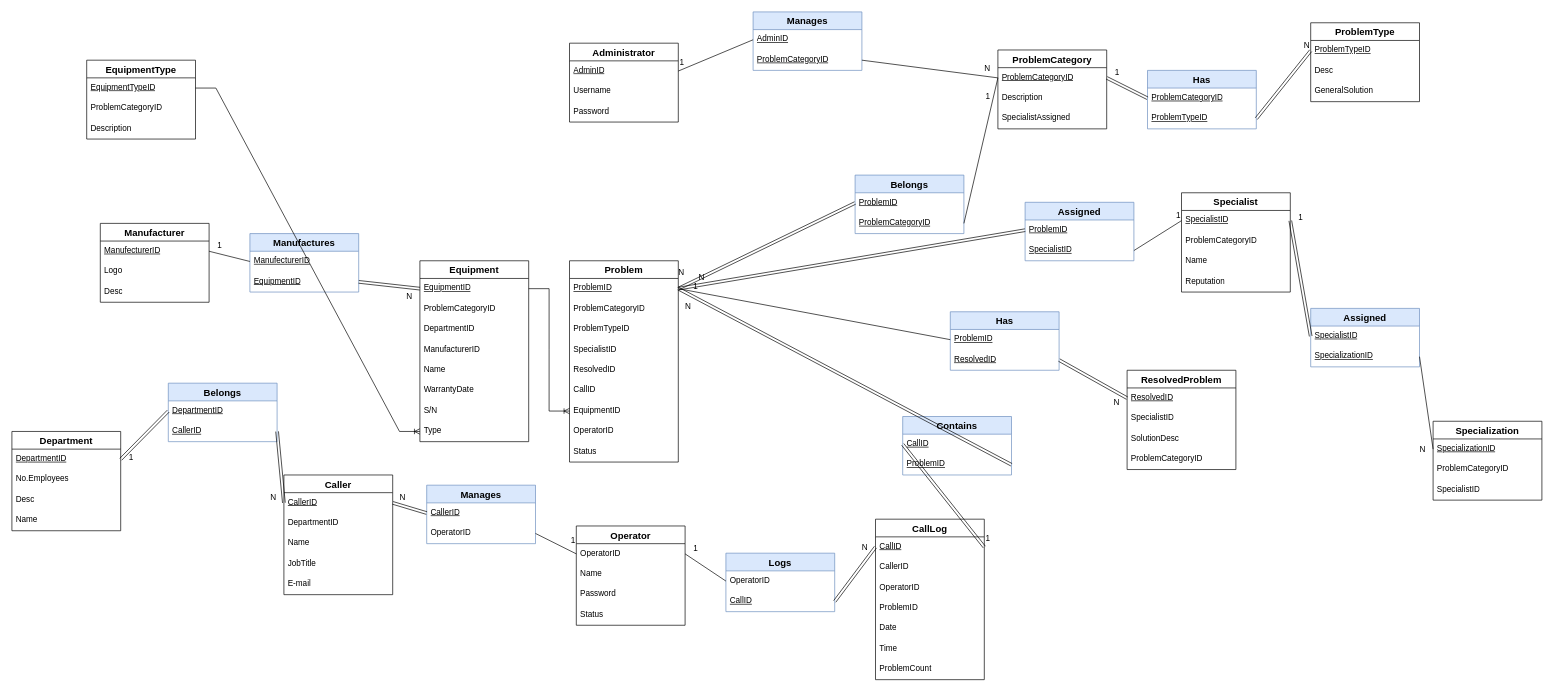
Before: DiagramaEquipamento.drawio in VascoMatos/diagramas, a draw.io diagram. Source tidied: cells renumbered, new cells numbered last; positions are measured from the earlier drawing's top-left corner, leaving out a move shared by most shapes. Both pictures are drawn from the tidied source at 68%, with x=0, y=0 at pixel (12, 12).
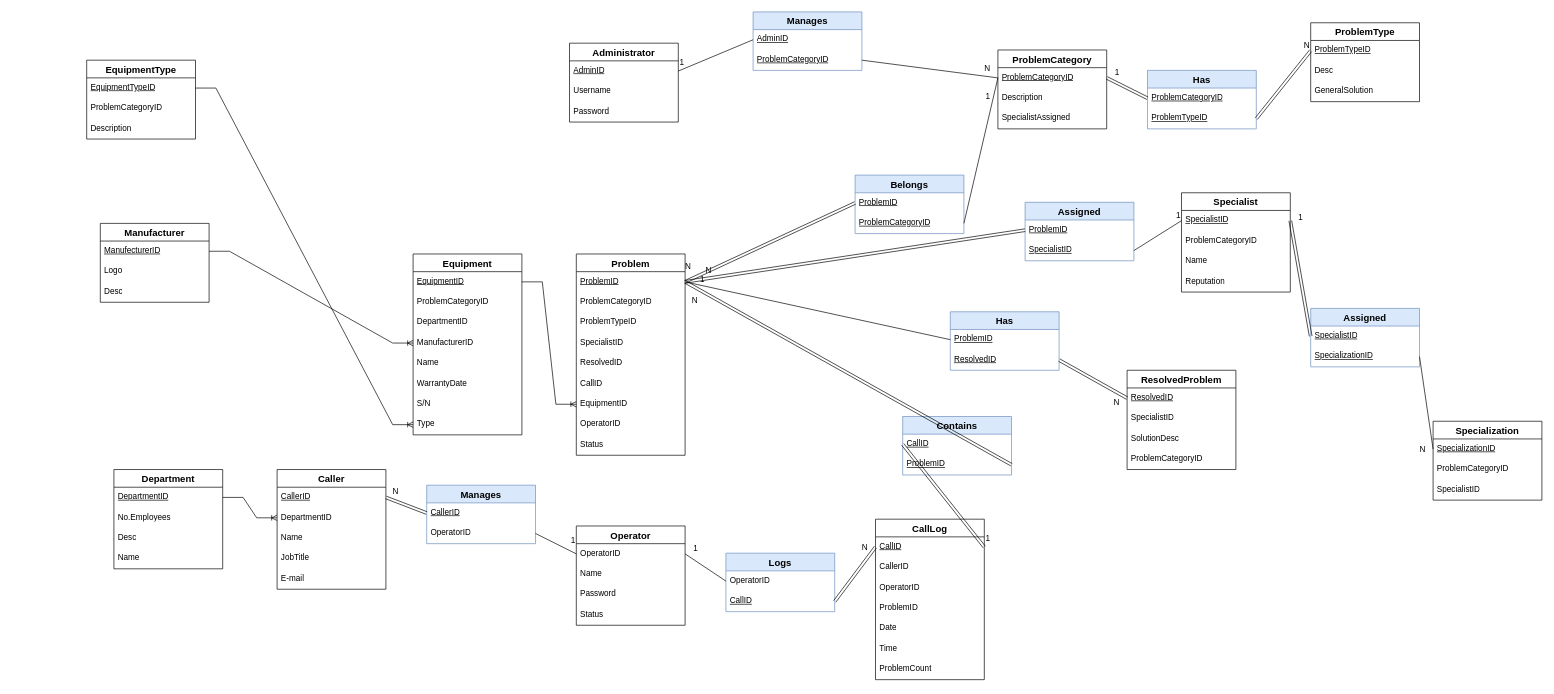
The same diagram, later.

The change refers to these unchanged cells:
```xml
<mxCell id="7" value="&lt;u&gt;ManufecturerID&lt;/u&gt;" style="text;strokeColor=none;fillColor=none;spacingLeft=4;spacingRight=4;overflow=hidden;points=[[0,0.5],[1,0.5]];portConstraint=eastwest;fontSize=12;whiteSpace=wrap;html=1;" parent="6" vertex="1">
  <mxGeometry y="26" width="160" height="30" as="geometry" />
</mxCell>
<mxCell id="15" value="&lt;u&gt;DepartmentID&lt;/u&gt;" style="text;strokeColor=none;fillColor=none;spacingLeft=4;spacingRight=4;overflow=hidden;points=[[0,0.5],[1,0.5]];portConstraint=eastwest;fontSize=12;whiteSpace=wrap;html=1;" parent="14" vertex="1">
  <mxGeometry y="26" width="160" height="30" as="geometry" />
</mxCell>
<mxCell id="20" value="&lt;u&gt;CallerID&lt;/u&gt;" style="text;strokeColor=none;fillColor=none;spacingLeft=4;spacingRight=4;overflow=hidden;points=[[0,0.5],[1,0.5]];portConstraint=eastwest;fontSize=12;whiteSpace=wrap;html=1;" parent="19" vertex="1">
  <mxGeometry y="26" width="160" height="30" as="geometry" />
</mxCell>
<mxCell id="21" value="DepartmentID" style="text;strokeColor=none;fillColor=none;spacingLeft=4;spacingRight=4;overflow=hidden;points=[[0,0.5],[1,0.5]];portConstraint=eastwest;fontSize=12;whiteSpace=wrap;html=1;" parent="19" vertex="1">
  <mxGeometry y="56" width="160" height="30" as="geometry" />
</mxCell>
<mxCell id="39" value="&lt;u&gt;EquipmentID&lt;/u&gt;" style="text;strokeColor=none;fillColor=none;spacingLeft=4;spacingRight=4;overflow=hidden;points=[[0,0.5],[1,0.5]];portConstraint=eastwest;fontSize=12;whiteSpace=wrap;html=1;" parent="38" vertex="1">
  <mxGeometry y="26" width="160" height="30" as="geometry" />
</mxCell>
<mxCell id="42" value="ManufacturerID" style="text;strokeColor=none;fillColor=none;spacingLeft=4;spacingRight=4;overflow=hidden;points=[[0,0.5],[1,0.5]];portConstraint=eastwest;fontSize=12;whiteSpace=wrap;html=1;" parent="38" vertex="1">
  <mxGeometry y="116" width="160" height="30" as="geometry" />
</mxCell>
```

Diff of the diagram source:
```diff
@@
     <mxCell id="14" value="Department" style="swimlane;fontStyle=1;horizontal=1;startSize=26;align=center;fontSize=14;" parent="1" vertex="1">
-      <mxGeometry y="617" width="160" height="146" as="geometry" />
+      <mxGeometry x="150" y="673" width="160" height="146" as="geometry" />
     </mxCell>
@@
     <mxCell id="19" value="Caller" style="swimlane;fontStyle=1;horizontal=1;startSize=26;align=center;fontSize=14;" parent="1" vertex="1">
-      <mxGeometry x="400" y="681" width="160" height="176" as="geometry" />
+      <mxGeometry x="390" y="673" width="160" height="176" as="geometry" />
     </mxCell>
@@
     <mxCell id="38" value="Equipment" style="swimlane;fontStyle=1;horizontal=1;startSize=26;align=center;fontSize=14;" parent="1" vertex="1">
-      <mxGeometry x="600" y="366" width="160" height="266" as="geometry" />
+      <mxGeometry x="590" y="356" width="160" height="266" as="geometry" />
     </mxCell>
@@
     <mxCell id="69" value="Problem" style="swimlane;fontStyle=1;horizontal=1;startSize=26;align=center;fontSize=14;" parent="1" vertex="1">
-      <mxGeometry x="820" y="366" width="160" height="296" as="geometry" />
+      <mxGeometry x="830" y="356" width="160" height="296" as="geometry" />
     </mxCell>
@@
-    <mxCell id="79" value="Manufactures" style="swimlane;fontStyle=1;horizontal=1;startSize=26;align=center;fontSize=14;fillColor=#dae8fc;strokeColor=#6c8ebf;" parent="1" vertex="1">
-      <mxGeometry x="350" y="326" width="160" height="86" as="geometry" />
-    </mxCell>
-    <mxCell id="80" value="&lt;u&gt;ManufecturerID&lt;/u&gt;" style="text;strokeColor=none;fillColor=none;spacingLeft=4;spacingRight=4;overflow=hidden;points=[[0,0.5],[1,0.5]];portConstraint=eastwest;fontSize=12;whiteSpace=wrap;html=1;" parent="79" vertex="1">
-      <mxGeometry y="26" width="160" height="30" as="geometry" />
-    </mxCell>
-    <mxCell id="81" value="&lt;u&gt;EquipmentID&lt;/u&gt;" style="text;strokeColor=none;fillColor=none;spacingLeft=4;spacingRight=4;overflow=hidden;points=[[0,0.5],[1,0.5]];portConstraint=eastwest;fontSize=12;whiteSpace=wrap;html=1;" parent="79" vertex="1">
-      <mxGeometry y="56" width="160" height="30" as="geometry" />
-    </mxCell>
-    <mxCell id="82" style="endArrow=none;html=1;rounded=0;entryX=1;entryY=0.5;entryDx=0;entryDy=0;exitX=0;exitY=0.5;exitDx=0;exitDy=0;" parent="1" edge="1" source="80" target="7">
-      <mxGeometry relative="1" as="geometry" />
-    </mxCell>
-    <mxCell id="83" value="1" style="html=1;whiteSpace=wrap;align=right;verticalAlign=bottom;" parent="82" vertex="1">
-      <mxGeometry x="1" relative="1" as="geometry">
-        <mxPoint x="20" as="offset" />
-      </mxGeometry>
-    </mxCell>
-    <mxCell id="84" style="shape=link;html=1;rounded=0;entryX=0;entryY=0.5;entryDx=0;entryDy=0;exitX=1;exitY=0.5;exitDx=0;exitDy=0;" parent="1" edge="1" source="81" target="39">
-      <mxGeometry relative="1" as="geometry" />
-    </mxCell>
-    <mxCell id="85" value="N" style="html=1;whiteSpace=wrap;align=right;verticalAlign=bottom;" parent="84" vertex="1">
-      <mxGeometry x="1" relative="1" as="geometry">
-        <mxPoint x="-10" y="20" as="offset" />
-      </mxGeometry>
-    </mxCell>
-    <mxCell id="86" value="Belongs" style="swimlane;fontStyle=1;horizontal=1;startSize=26;align=center;fontSize=14;fillColor=#dae8fc;strokeColor=#6c8ebf;" parent="1" vertex="1">
-      <mxGeometry x="230" y="546" width="160" height="86" as="geometry" />
-    </mxCell>
-    <mxCell id="87" value="&lt;u&gt;DepartmentID&lt;/u&gt;" style="text;strokeColor=none;fillColor=none;spacingLeft=4;spacingRight=4;overflow=hidden;points=[[0,0.5],[1,0.5]];portConstraint=eastwest;fontSize=12;whiteSpace=wrap;html=1;" parent="86" vertex="1">
-      <mxGeometry y="26" width="160" height="30" as="geometry" />
-    </mxCell>
-    <mxCell id="88" value="&lt;u&gt;CallerID&lt;/u&gt;" style="text;strokeColor=none;fillColor=none;spacingLeft=4;spacingRight=4;overflow=hidden;points=[[0,0.5],[1,0.5]];portConstraint=eastwest;fontSize=12;whiteSpace=wrap;html=1;" parent="86" vertex="1">
-      <mxGeometry y="56" width="160" height="30" as="geometry" />
-    </mxCell>
-    <mxCell id="89" style="shape=link;html=1;rounded=0;entryX=0;entryY=0.5;entryDx=0;entryDy=0;exitX=1;exitY=0.5;exitDx=0;exitDy=0;" parent="1" edge="1" source="88" target="20">
-      <mxGeometry relative="1" as="geometry" />
-    </mxCell>
-    <mxCell id="90" value="N" style="html=1;whiteSpace=wrap;align=right;verticalAlign=bottom;" parent="89" vertex="1">
-      <mxGeometry x="1" relative="1" as="geometry">
-        <mxPoint x="-10" as="offset" />
-      </mxGeometry>
-    </mxCell>
-    <mxCell id="91" style="shape=link;html=1;rounded=0;entryX=1;entryY=0.5;entryDx=0;entryDy=0;exitX=0;exitY=0.5;exitDx=0;exitDy=0;" parent="1" edge="1" source="87" target="15">
-      <mxGeometry relative="1" as="geometry" />
-    </mxCell>
-    <mxCell id="92" value="1" style="html=1;whiteSpace=wrap;align=right;verticalAlign=bottom;" parent="91" vertex="1">
-      <mxGeometry x="1" relative="1" as="geometry">
-        <mxPoint x="20" y="5" as="offset" />
-      </mxGeometry>
-    </mxCell>
@@
+    <mxCell id="158" style="edgeStyle=entityRelationEdgeStyle;fontSize=12;html=1;endArrow=ERoneToMany;rounded=0;exitX=1;exitY=0.5;exitDx=0;exitDy=0;entryX=0;entryY=0.5;entryDx=0;entryDy=0;" parent="1" edge="1" source="7" target="42">
+      <mxGeometry relative="1" as="geometry" />
+    </mxCell>
+    <mxCell id="159" style="edgeStyle=entityRelationEdgeStyle;fontSize=12;html=1;endArrow=ERoneToMany;rounded=0;exitX=1;exitY=0.5;exitDx=0;exitDy=0;entryX=0;entryY=0.5;entryDx=0;entryDy=0;" parent="1" edge="1" source="15" target="21">
+      <mxGeometry relative="1" as="geometry" />
+    </mxCell>
```
